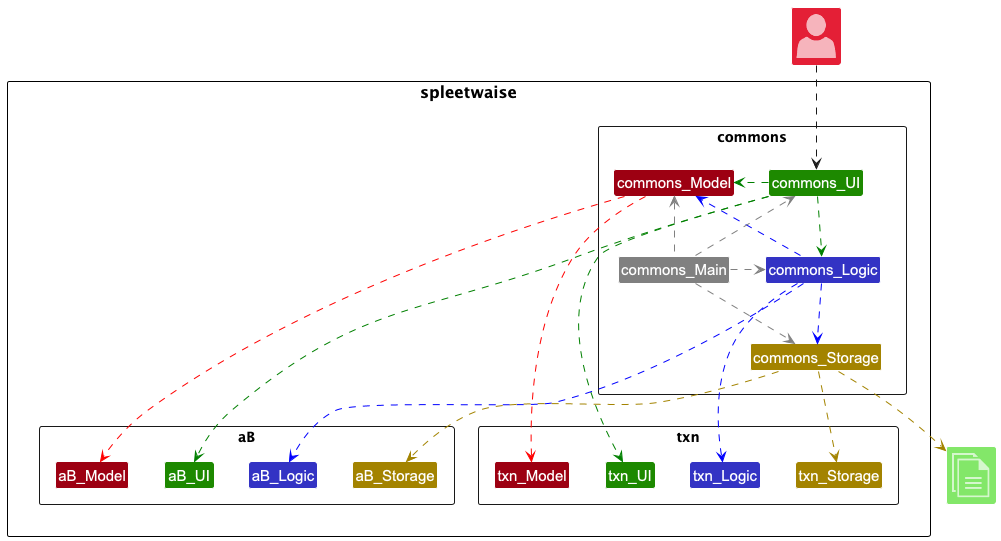
The PlantUML diagram docs/images/ArchitectureDiagram.png in nus-cs2103-AY2425S1/tp, before a commit.
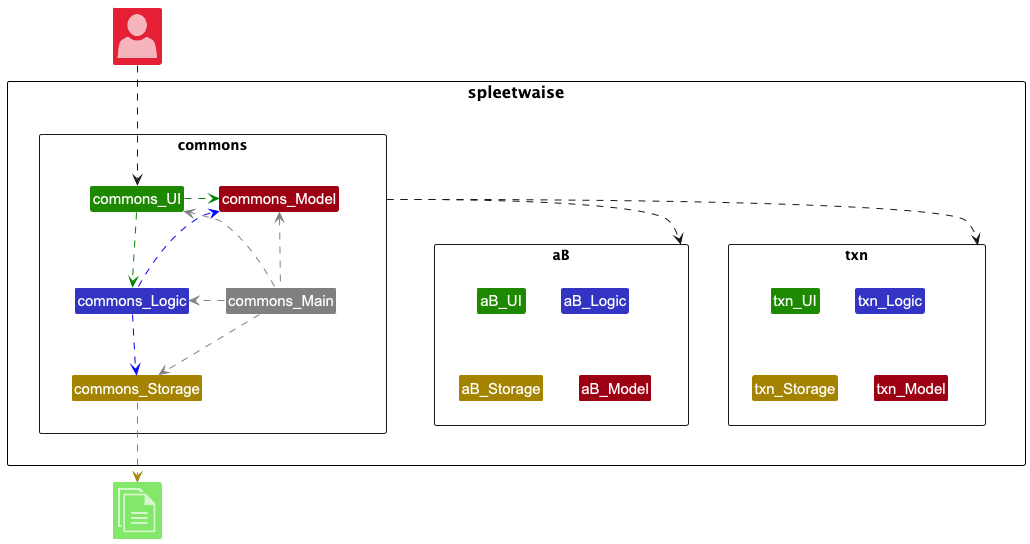
After the commit.

Commit message:
Improve architecture diagram

What changed in the source:
```diff
@@ -46,20 +46,9 @@
 commons_Main -[#grey].> commons_Logic
 commons_Main -[#grey].> commons_Storage
 commons_Main -up[#grey].> commons_Model
-
-
 commons_Storage -down[STORAGE_COLOR].> File
 User -down.> commons_UI
 
-commons_UI -down[#green].> txn_UI
-commons_UI -down[#green].> aB_UI
-
-commons_Logic -down[#blue].> txn_Logic
-commons_Logic -down[#blue].> aB_Logic
-
-commons_Model -down[#red].> aB_Model
-commons_Model -down[#red].> txn_Model
-
-commons_Storage -down[STORAGE_COLOR].> aB_Storage
-commons_Storage -down[STORAGE_COLOR].> txn_Storage
+commons -down.> aB
+commons -down.> txn
 @enduml
```
